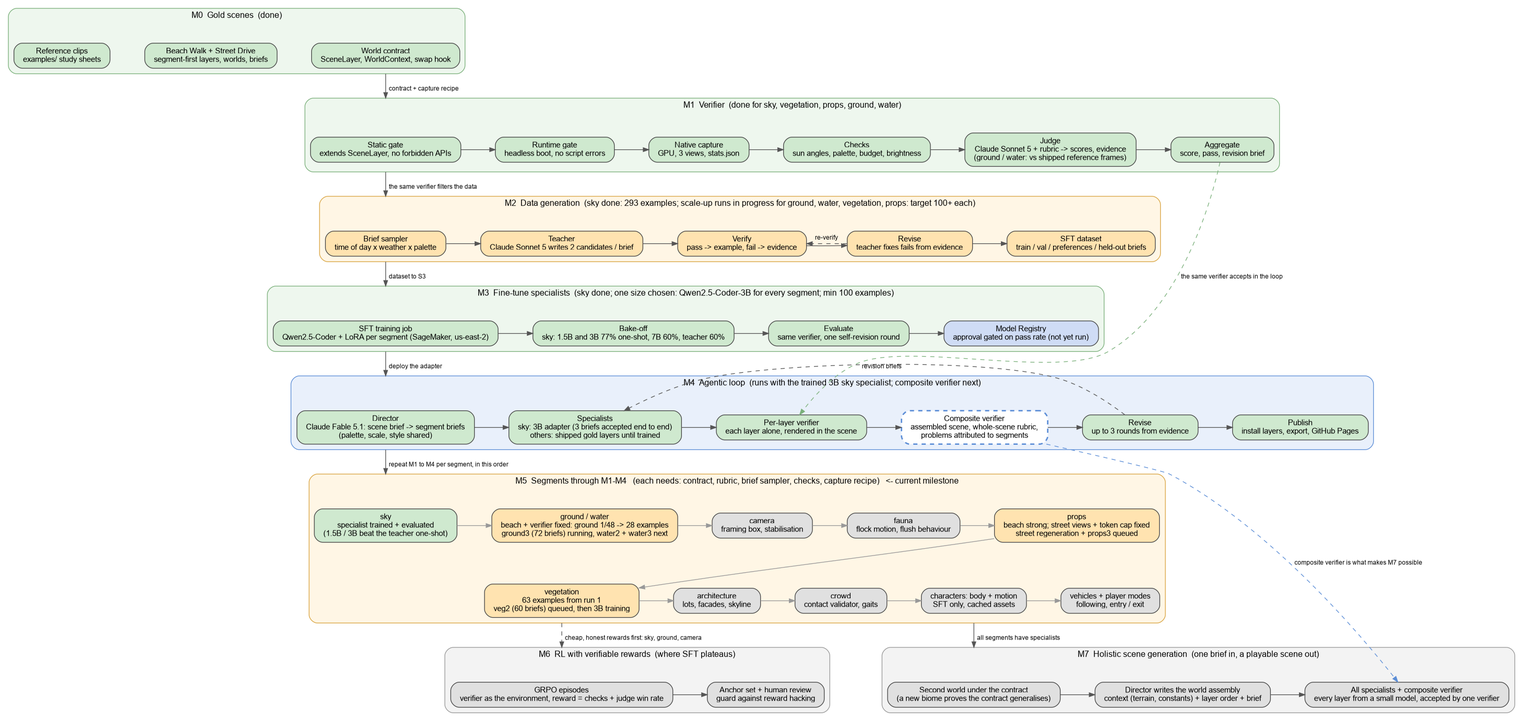
Marc-GenAI-AWS/godot-game keeps this Graphviz diagram as design/pipeline.png. Above is the earlier version. Its source is kept beside it as design/pipeline.dot.
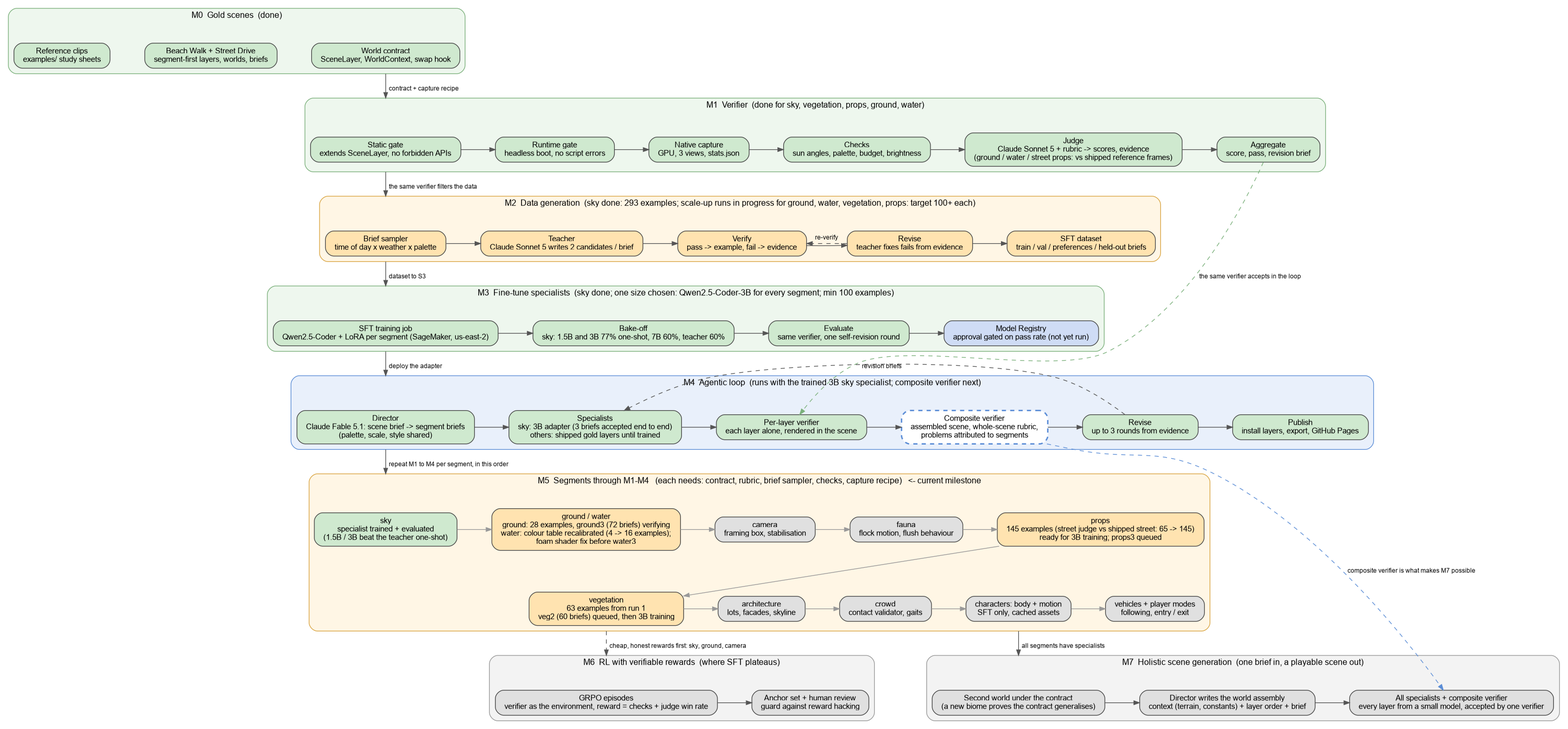
The same file after the commit.

Commit message:
Milestone diagram: props at 145 examples after the street reference judge, water colour recalibrated, foam shader fix before water3

Claude-Session: https://claude.ai/code/session_01UAYU2mUDuDd7xzaMngBZ3G

Change to the diagram source:
```diff
@@ -24,7 +24,7 @@
     v2 [label="Runtime gate\nheadless boot, no script errors", fillcolor="#cfe9cf"];
     v3 [label="Native capture\nGPU, 3 views, stats.json", fillcolor="#cfe9cf"];
     v4 [label="Checks\nsun angles, palette, budget, brightness", fillcolor="#cfe9cf"];
-    v5 [label="Judge\nClaude Sonnet 5 + rubric -> scores, evidence\n(ground / water: vs shipped reference frames)", fillcolor="#cfe9cf"];
+    v5 [label="Judge\nClaude Sonnet 5 + rubric -> scores, evidence\n(ground / water / street props: vs shipped reference frames)", fillcolor="#cfe9cf"];
     v6 [label="Aggregate\nscore, pass, revision brief", fillcolor="#cfe9cf"];
     v1 -> v2 -> v3 -> v4 -> v5 -> v6;
     {rank=same; v1; v2; v3; v4; v5; v6;}
@@ -68,10 +68,10 @@
   subgraph cluster_m5 {
     label="M5  Segments through M1-M4   (each needs: contract, rubric, brief sampler, checks, capture recipe)   <- current milestone"; style="rounded,filled"; fillcolor="#fff6e5"; color="#d9a441";
     g0 [label="sky\nspecialist trained + evaluated\n(1.5B / 3B beat the teacher one-shot)", fillcolor="#cfe9cf"];
-    g1 [label="ground / water\nbeach + verifier fixed: ground 1/48 -> 28 examples\nground3 (72 briefs) running, water2 + water3 next", fillcolor="#ffe3b0"];
+    g1 [label="ground / water\nground: 28 examples, ground3 (72 briefs) verifying\nwater: colour table recalibrated (4 -> 16 examples);\nfoam shader fix before water3", fillcolor="#ffe3b0"];
     g2 [label="camera\nframing box, stabilisation", fillcolor="#e0e0e0"];
     g3 [label="fauna\nflock motion, flush behaviour", fillcolor="#e0e0e0"];
-    g4 [label="props\nbeach strong; street views + token cap fixed\nstreet regeneration + props3 queued", fillcolor="#ffe3b0"];
+    g4 [label="props\n145 examples (street judge vs shipped street: 65 -> 145)\nready for 3B training; props3 queued", fillcolor="#ffe3b0"];
     g5 [label="vegetation\n63 examples from run 1\nveg2 (60 briefs) queued, then 3B training", fillcolor="#ffe3b0"];
     g6 [label="architecture\nlots, facades, skyline", fillcolor="#e0e0e0"];
     g7 [label="crowd\ncontact validator, gaits", fillcolor="#e0e0e0"];
```
